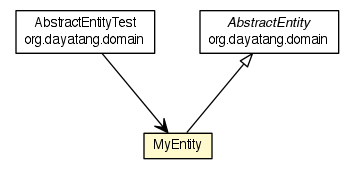
The Graphviz diagram testapidocs/org/dayatang/domain/entity/MyEntity.png in dayatang/dddlib, before a commit. Its source is kept beside it as testapidocs/org/dayatang/domain/entity/MyEntity.dot.
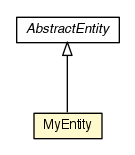
Later version of the same file.

Diff of the diagram source:
```diff
@@ -4,23 +4,15 @@
 	node [fontname="Helvetica",fontsize=10,shape=plaintext];
 	nodesep=0.25;
 	ranksep=0.5;
-	c32305 [label=<<table title="org.dayatang.domain.AbstractEntityTest" border="0" cellborder="1" cellspacing="0" cellpadding="2" port="p" href="../AbstractEntityTest.html">
-		<tr><td><table border="0" cellspacing="0" cellpadding="1">
-<tr><td align="center" balign="center"> AbstractEntityTest </td></tr>
-<tr><td align="center" balign="center"> org.dayatang.domain </td></tr>
-		</table></td></tr>
-		</table>>, URL="../AbstractEntityTest.html", fontname="Helvetica", fontcolor="black", fontsize=10.0];
-	c32309 [label=<<table title="org.dayatang.domain.entity.MyEntity" border="0" cellborder="1" cellspacing="0" cellpadding="2" port="p" bgcolor="lemonChiffon" href="./MyEntity.html">
+	c31980 [label=<<table title="org.dayatang.domain.entity.MyEntity" border="0" cellborder="1" cellspacing="0" cellpadding="2" port="p" bgcolor="lemonChiffon" href="./MyEntity.html">
 		<tr><td><table border="0" cellspacing="0" cellpadding="1">
 <tr><td align="center" balign="center"> MyEntity </td></tr>
 		</table></td></tr>
 		</table>>, URL="./MyEntity.html", fontname="Helvetica", fontcolor="black", fontsize=10.0];
-	c32477:p -> c32309:p [dir=back,arrowtail=empty];
-	c32305:p -> c32309:p [taillabel="", label=" "headlabel="", fontname="Helvetica", fontcolor="black", fontsize=10.0, color="black", arrowhead=open];
-	c32477 [label=<<table title="org.dayatang.domain.AbstractEntity" border="0" cellborder="1" cellspacing="0" cellpadding="2" port="p" href="http://java.sun.com/j2se/1.4.2/docs/api/org/dayatang/domain/AbstractEntity.html">
+	c32148:p -> c31980:p [dir=back,arrowtail=empty];
+	c32148 [label=<<table title="org.dayatang.domain.AbstractEntity" border="0" cellborder="1" cellspacing="0" cellpadding="2" port="p">
 		<tr><td><table border="0" cellspacing="0" cellpadding="1">
 <tr><td align="center" balign="center"><font face="Helvetica-Oblique"> AbstractEntity </font></td></tr>
-<tr><td align="center" balign="center"> org.dayatang.domain </td></tr>
 		</table></td></tr>
-		</table>>, URL="http://java.sun.com/j2se/1.4.2/docs/api/org/dayatang/domain/AbstractEntity.html", fontname="Helvetica", fontcolor="black", fontsize=10.0];
+		</table>>, URL="null", fontname="Helvetica", fontcolor="black", fontsize=10.0];
 }
```
